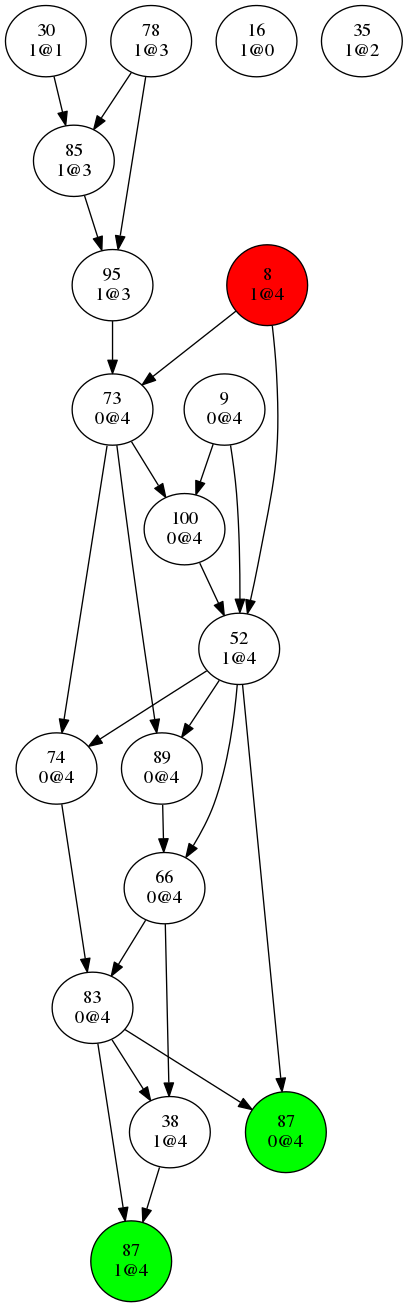
This is dev/bin/conflictGraph1.png from Oxmose/SATSolver, a Graphviz export, as it was before one commit. Its source is kept beside it as dev/bin/conflictGraph1.dot.
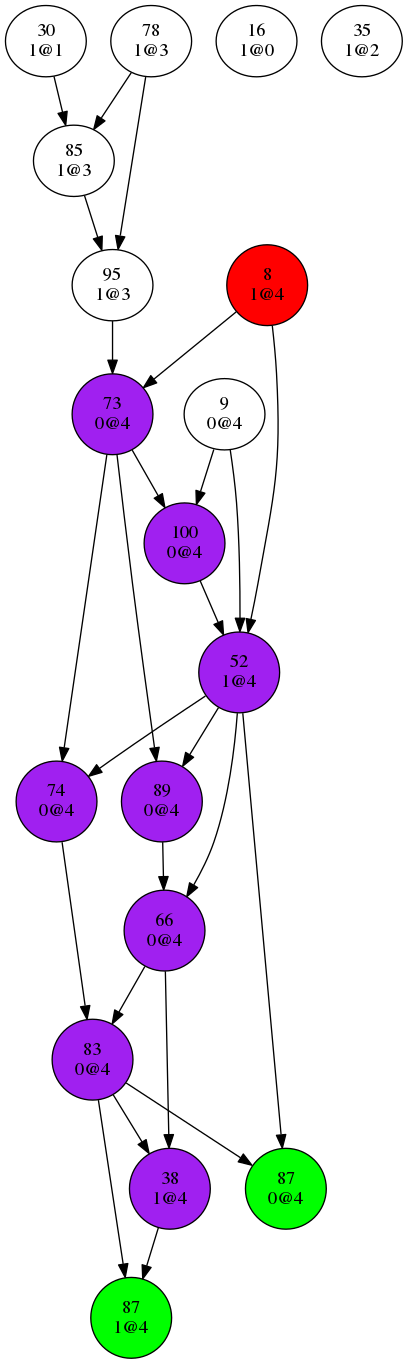
After the commit.

The edit, as a diff of the source:
```diff
@@ -170,19 +170,19 @@
 "11
 1@4"[shape=circle, style=filled, fillcolor=red];
 "17
-0@4"[shape=circle, style=filled, fillcolor=blue];
+0@4"[shape=circle, style=filled, fillcolor=purple];
 "18
-1@4"[shape=circle, style=filled, fillcolor=blue];
+1@4"[shape=circle, style=filled, fillcolor=purple];
 "23
-0@4"[shape=circle, style=filled, fillcolor=blue];
+0@4"[shape=circle, style=filled, fillcolor=purple];
 "24
 0@4"[shape=circle, style=filled, fillcolor=green];
 "24
 1@4"[shape=circle, style=filled, fillcolor=green];
 "29
-0@4"[shape=circle, style=filled, fillcolor=blue];
+0@4"[shape=circle, style=filled, fillcolor=purple];
 "35
-0@4"[shape=circle, style=filled, fillcolor=blue];
+0@4"[shape=circle, style=filled, fillcolor=purple];
 "41
-0@4"[shape=circle, style=filled, fillcolor=blue];
+0@4"[shape=circle, style=filled, fillcolor=purple];
 }
```
